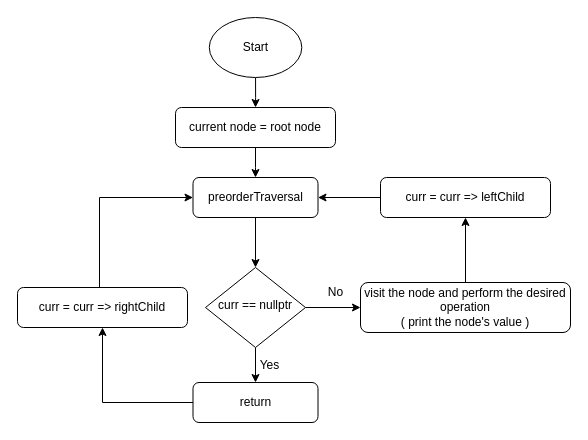
Above: Untitled Diagram.drawio in FanBigFan/Drawio (draw.io), before the change. Source tidied: cells renumbered, new cells numbered last; positions are measured from the earlier drawing's top-left corner, leaving out a move shared by most shapes. Both pictures are drawn from the tidied source at 100%, with x=0, y=0 at pixel (17, 17).
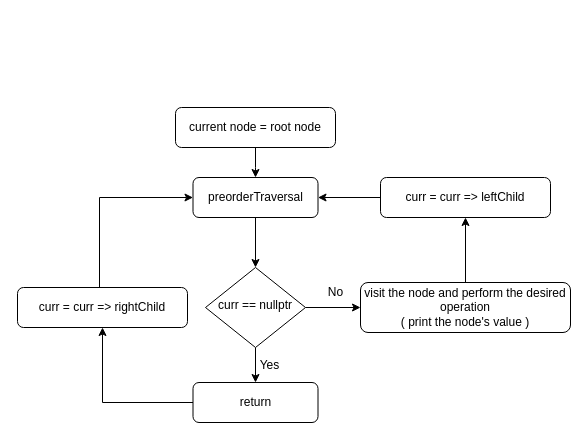
The same diagram, later.

The change refers to these unchanged cells:
```xml
<mxCell id="3" value="current node = root node" style="rounded=1;whiteSpace=wrap;html=1;fontSize=12;glass=0;strokeWidth=1;shadow=0;" parent="1" vertex="1">
  <mxGeometry x="158" y="90" width="160" height="40" as="geometry" />
</mxCell>
```

What changed in the source:
```diff
@@
-    <mxCell id="9" style="edgeStyle=orthogonalEdgeStyle;rounded=0;jettySize=auto;html=1;" parent="1" edge="1" source="10" target="3">
-      <mxGeometry relative="1" as="geometry" />
-    </mxCell>
-    <mxCell id="10" value="Start" style="ellipse;whiteSpace=wrap;html=1;" parent="1" vertex="1">
-      <mxGeometry x="191.8" width="92.5" height="60" as="geometry" />
-    </mxCell>
```
